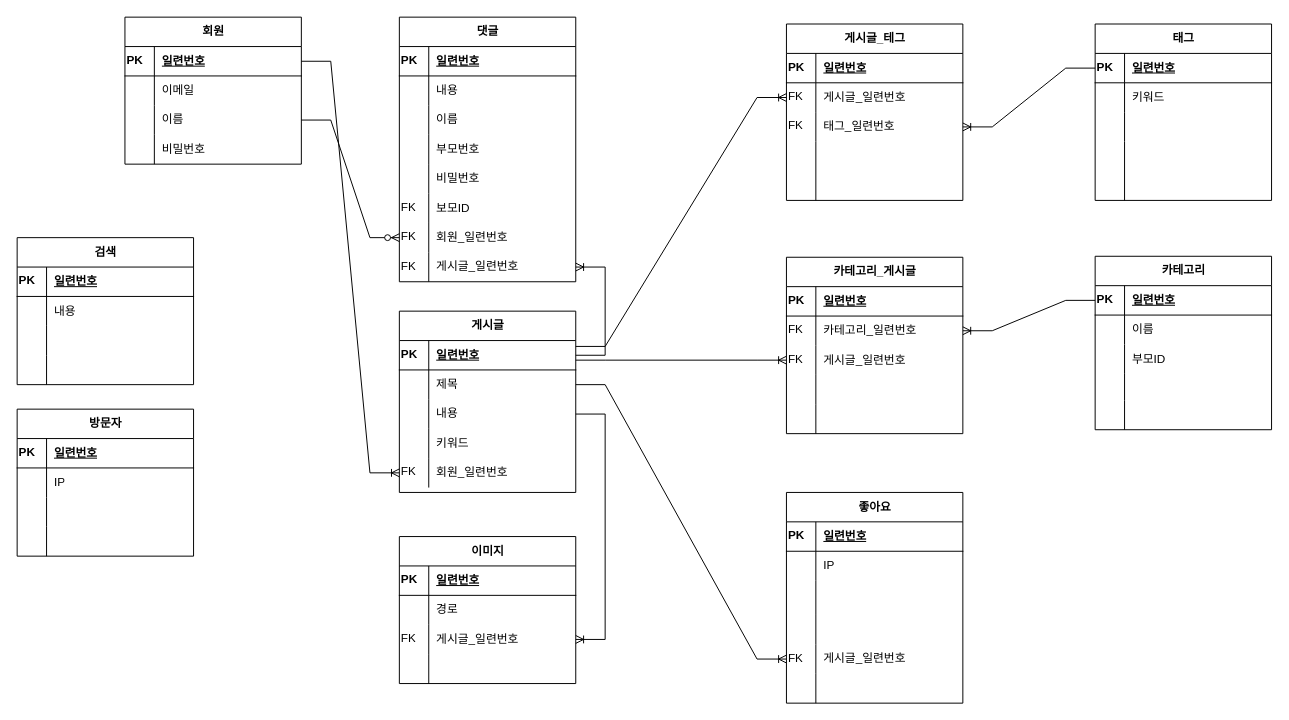
Above: blogJoo.drawio in jookyungkim/joo-ERD (draw.io), before the change. Source tidied: cells renumbered, new cells numbered last; positions are measured from the earlier drawing's top-left corner, leaving out a move shared by most shapes. Both pictures are drawn from the tidied source at 98%, with x=0, y=0 at pixel (17, 17).
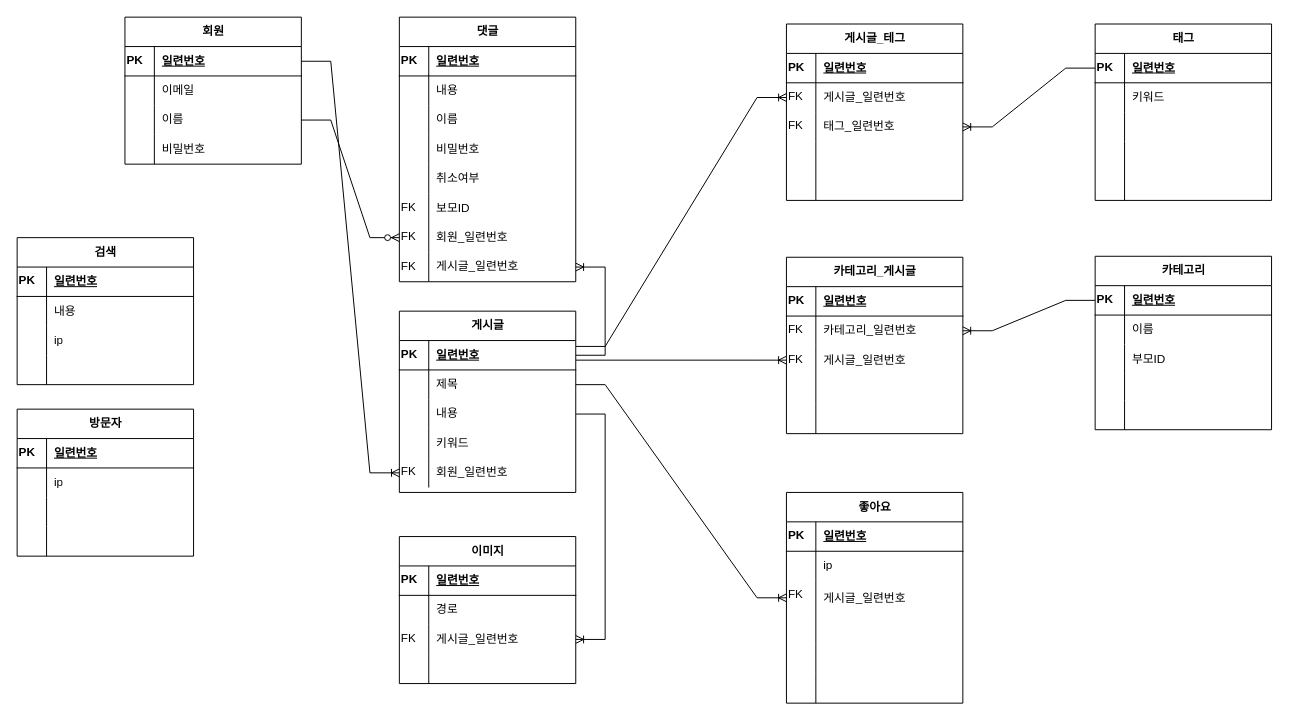
The same diagram, later.

The change refers to these unchanged cells:
```xml
<mxCell id="19" style="shape=partialRectangle;fillColor=none;top=0;left=0;bottom=0;right=0;points=[[0,0.5],[1,0.5]];portConstraint=eastwest;align=left;verticalAlign=top;html=1;" parent="15" vertex="1">
  <mxGeometry y="60" width="180" height="30" as="geometry" />
</mxCell>
<mxCell id="42" style="shape=partialRectangle;fillColor=none;top=0;left=0;bottom=0;right=0;align=left;verticalAlign=top;html=1;" parent="32" vertex="1">
  <mxGeometry y="120" width="180" height="30" as="geometry" />
</mxCell>
<mxCell id="45" style="shape=partialRectangle;fillColor=none;top=0;left=0;bottom=0;right=0;align=left;verticalAlign=top;html=1;" parent="32" vertex="1">
  <mxGeometry y="150" width="180" height="30" as="geometry" />
</mxCell>
<mxCell id="64" style="shape=partialRectangle;fillColor=none;top=0;left=0;bottom=0;right=0;align=left;verticalAlign=top;html=1;" parent="57" vertex="1">
  <mxGeometry y="90" width="180" height="30" as="geometry" />
</mxCell>
<mxCell id="107" style="shape=partialRectangle;fillColor=none;top=0;left=0;bottom=0;right=0;align=left;verticalAlign=top;html=1;" parent="103" vertex="1">
  <mxGeometry y="60" width="180" height="30" as="geometry" />
</mxCell>
<mxCell id="120" style="shape=partialRectangle;fillColor=none;top=0;left=0;bottom=0;right=0;align=left;verticalAlign=top;html=1;" parent="116" vertex="1">
  <mxGeometry y="60" width="180" height="30" as="geometry" />
</mxCell>
<mxCell id="123" style="shape=partialRectangle;fillColor=none;top=0;left=0;bottom=0;right=0;points=[[0,0.5],[1,0.5]];portConstraint=eastwest;align=left;verticalAlign=top;html=1;" parent="116" vertex="1">
  <mxGeometry y="90" width="180" height="35" as="geometry" />
</mxCell>
<mxCell id="129" style="shape=partialRectangle;fillColor=none;top=0;left=0;bottom=0;right=0;points=[[0,0.5],[1,0.5]];portConstraint=eastwest;align=left;verticalAlign=top;html=1;" parent="116" vertex="1">
  <mxGeometry y="155" width="180" height="30" as="geometry" />
</mxCell>
```

What changed in the source:
```diff
@@
-    <mxCell id="44" value="부모번호" style="shape=partialRectangle;fillColor=none;top=0;left=0;bottom=0;right=0;align=left;spacingLeft=6;overflow=hidden;html=1;" parent="42" vertex="1">
+    <mxCell id="44" value="비밀번호" style="shape=partialRectangle;fillColor=none;top=0;left=0;bottom=0;right=0;align=left;spacingLeft=6;overflow=hidden;html=1;" parent="42" vertex="1">
       <mxGeometry x="30" width="150" height="30" as="geometry" />
     </mxCell>
@@
-    <mxCell id="47" value="비밀번호" style="shape=partialRectangle;fillColor=none;top=0;left=0;bottom=0;right=0;align=left;spacingLeft=6;overflow=hidden;html=1;" parent="45" vertex="1">
+    <mxCell id="47" value="취소여부" style="shape=partialRectangle;fillColor=none;top=0;left=0;bottom=0;right=0;align=left;spacingLeft=6;overflow=hidden;html=1;" parent="45" vertex="1">
       <mxGeometry x="30" width="150" height="30" as="geometry" />
     </mxCell>
@@
-    <mxCell id="66" style="shape=partialRectangle;fillColor=none;top=0;left=0;bottom=0;right=0;align=left;spacingLeft=6;overflow=hidden;html=1;" parent="64" vertex="1">
+    <mxCell id="66" value="ip" style="shape=partialRectangle;fillColor=none;top=0;left=0;bottom=0;right=0;align=left;spacingLeft=6;overflow=hidden;html=1;" parent="64" vertex="1">
       <mxGeometry x="30" width="150" height="30" as="geometry" />
     </mxCell>
@@
-    <mxCell id="109" value="IP" style="shape=partialRectangle;fillColor=none;top=0;left=0;bottom=0;right=0;align=left;spacingLeft=6;overflow=hidden;html=1;" parent="107" vertex="1">
+    <mxCell id="109" value="ip" style="shape=partialRectangle;fillColor=none;top=0;left=0;bottom=0;right=0;align=left;spacingLeft=6;overflow=hidden;html=1;" parent="107" vertex="1">
       <mxGeometry x="30" width="150" height="30" as="geometry" />
     </mxCell>
@@
-    <mxCell id="122" value="IP" style="shape=partialRectangle;fillColor=none;top=0;left=0;bottom=0;right=0;align=left;spacingLeft=6;overflow=hidden;html=1;" parent="120" vertex="1">
+    <mxCell id="122" value="ip" style="shape=partialRectangle;fillColor=none;top=0;left=0;bottom=0;right=0;align=left;spacingLeft=6;overflow=hidden;html=1;" parent="120" vertex="1">
       <mxGeometry x="30" width="150" height="30" as="geometry" />
     </mxCell>
@@
-    <mxCell id="124" style="shape=partialRectangle;fillColor=none;top=0;left=0;bottom=0;right=0;overflow=hidden;align=left;verticalAlign=top;html=1;" parent="123" vertex="1">
+    <mxCell id="124" value="FK" style="shape=partialRectangle;fillColor=none;top=0;left=0;bottom=0;right=0;overflow=hidden;align=left;verticalAlign=top;html=1;" parent="123" vertex="1">
       <mxGeometry width="30" height="35" as="geometry" />
     </mxCell>
-    <mxCell id="125" style="shape=partialRectangle;fillColor=none;top=0;left=0;bottom=0;right=0;align=left;spacingLeft=6;overflow=hidden;html=1;" parent="123" vertex="1">
+    <mxCell id="125" value="게시글_일련번호" style="shape=partialRectangle;fillColor=none;top=0;left=0;bottom=0;right=0;align=left;spacingLeft=6;overflow=hidden;html=1;" parent="123" vertex="1">
       <mxGeometry x="30" width="150" height="35" as="geometry" />
     </mxCell>
@@
-    <mxCell id="130" value="FK" style="shape=partialRectangle;fillColor=none;top=0;left=0;bottom=0;right=0;overflow=hidden;align=left;verticalAlign=top;html=1;" parent="129" vertex="1">
+    <mxCell id="130" style="shape=partialRectangle;fillColor=none;top=0;left=0;bottom=0;right=0;overflow=hidden;align=left;verticalAlign=top;html=1;" parent="129" vertex="1">
       <mxGeometry width="30" height="30" as="geometry" />
     </mxCell>
-    <mxCell id="131" value="게시글_일련번호" style="shape=partialRectangle;fillColor=none;top=0;left=0;bottom=0;right=0;align=left;spacingLeft=6;overflow=hidden;html=1;" parent="129" vertex="1">
+    <mxCell id="131" style="shape=partialRectangle;fillColor=none;top=0;left=0;bottom=0;right=0;align=left;spacingLeft=6;overflow=hidden;html=1;" parent="129" vertex="1">
       <mxGeometry x="30" width="150" height="30" as="geometry" />
     </mxCell>
@@
-    <mxCell id="137" style="edgeStyle=entityRelationEdgeStyle;fontSize=12;html=1;endArrow=ERoneToMany;rounded=0;" parent="1" edge="1" source="19" target="129">
+    <mxCell id="137" style="edgeStyle=entityRelationEdgeStyle;fontSize=12;html=1;endArrow=ERoneToMany;rounded=0;" parent="1" edge="1" source="19" target="123">
       <mxGeometry relative="1" as="geometry" />
     </mxCell>
```
